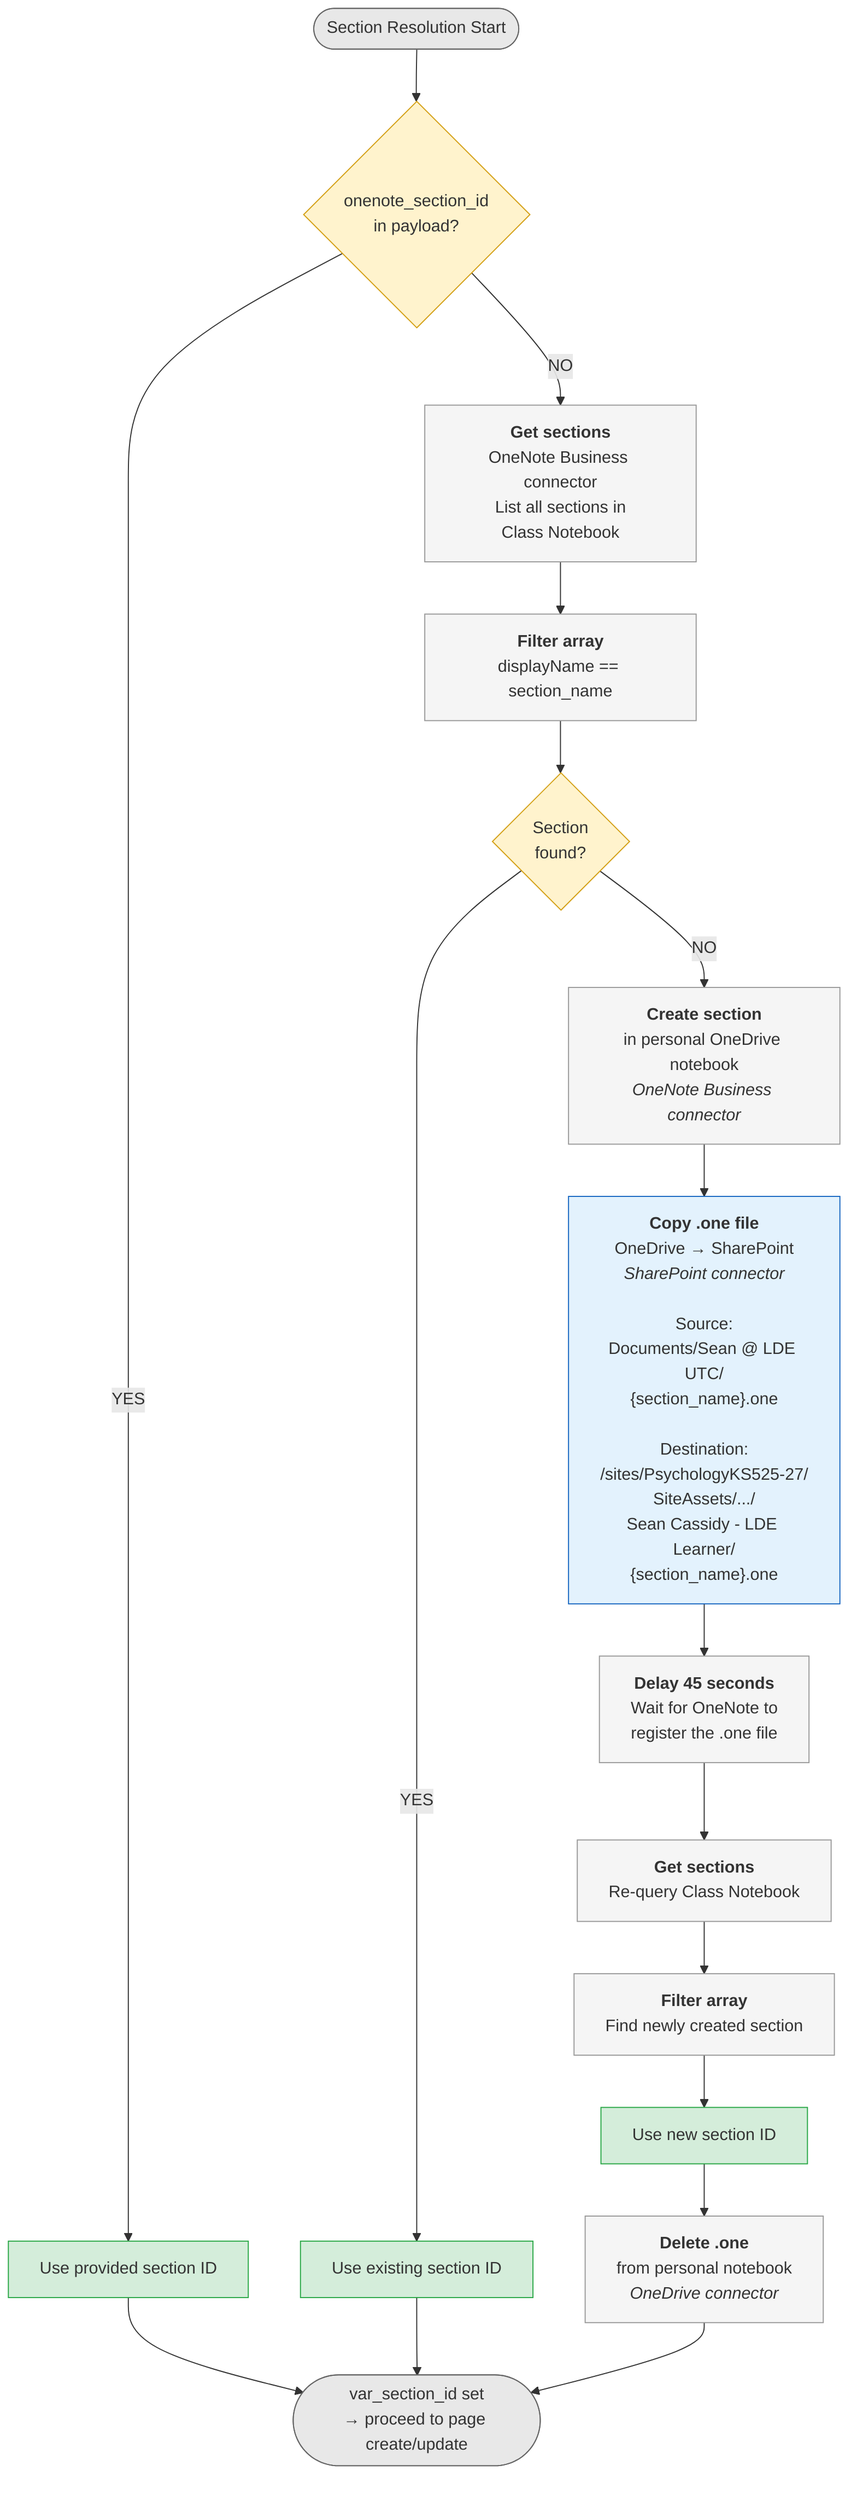
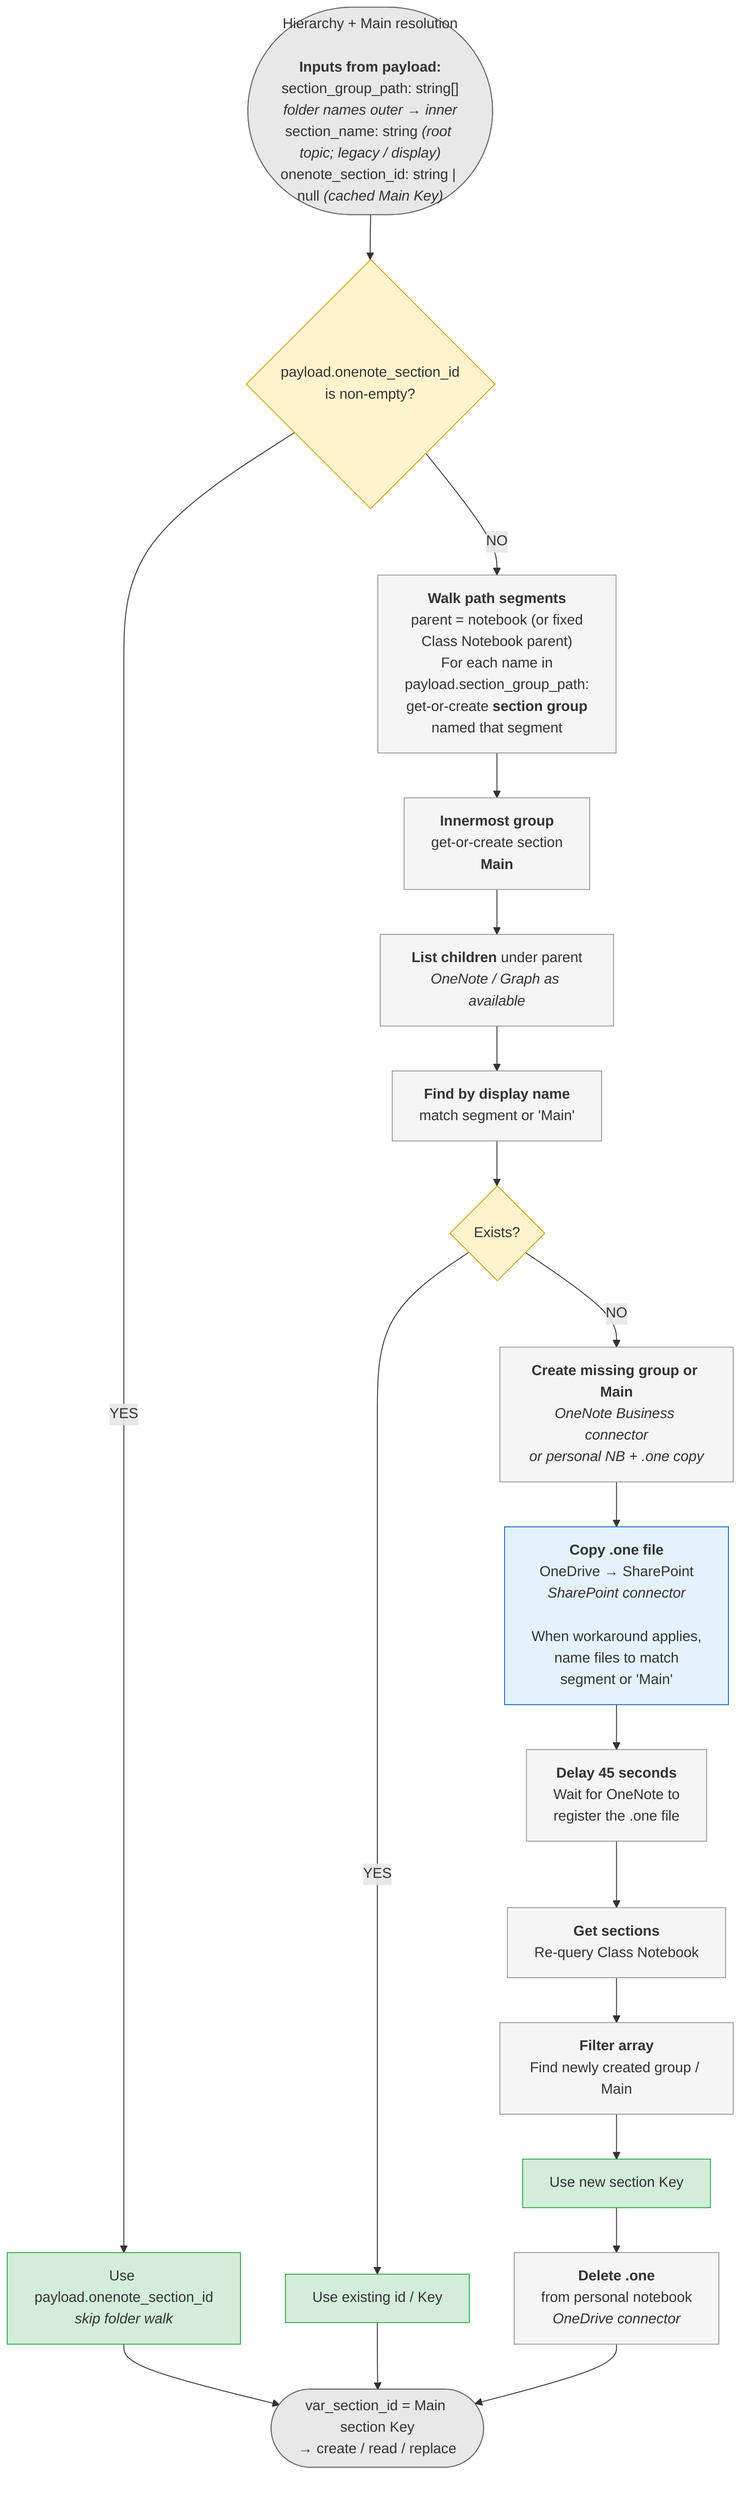
%%{ init: { "theme": "default", "flowchart": { "curve": "basis" } } }%%
flowchart TD
-     start(["Section Resolution Start"])
+     start(["Hierarchy + Main resolution<br/><br/><b>Inputs from payload:</b><br/>section_group_path: string[]<br/><i>folder names outer → inner</i><br/>section_name: string <i>(root topic; legacy / display)</i><br/>onenote_section_id: string | null <i>(cached Main Key)</i>"])

-     check_id{"onenote_section_id<br/>in payload?"}
+     check_id{"payload.onenote_section_id<br/>is non-empty?"}

-     use_provided["Use provided section ID"]
+     use_provided["Use payload.onenote_section_id<br/><i>skip folder walk</i>"]

-     get_sections["<b>Get sections</b><br/>OneNote Business connector<br/>List all sections in<br/>Class Notebook"]
+     walk["<b>Walk path segments</b><br/>parent = notebook (or fixed<br/>Class Notebook parent)<br/>For each name in<br/>payload.section_group_path:<br/>get-or-create <b>section group</b><br/>named that segment"]

-     filter["<b>Filter array</b><br/>displayName == section_name"]
+     main_need["<b>Innermost group</b><br/>get-or-create section<br/><b>Main</b>"]

-     found{"Section<br/>found?"}
+     get_sections["<b>List children</b> under parent<br/><i>OneNote / Graph as available</i>"]

-     use_existing["Use existing section ID"]
+     filter["<b>Find by display name</b><br/>match segment or 'Main'"]

-     create["<b>Create section</b><br/>in personal OneDrive notebook<br/><i>OneNote Business connector</i>"]
+     found{"Exists?"}

-     copy["<b>Copy .one file</b><br/>OneDrive → SharePoint<br/><i>SharePoint connector</i><br/><br/>Source:<br/>Documents/Sean @ LDE UTC/<br/>{section_name}.one<br/><br/>Destination:<br/>/sites/PsychologyKS525-27/<br/>SiteAssets/.../<br/>Sean Cassidy - LDE Learner/<br/>{section_name}.one"]
+     use_existing["Use existing id / Key"]
+ 
+     create["<b>Create missing group or Main</b><br/><i>OneNote Business connector<br/>or personal NB + .one copy</i>"]
+ 
+     copy["<b>Copy .one file</b><br/>OneDrive → SharePoint<br/><i>SharePoint connector</i><br/><br/>When workaround applies,<br/>name files to match<br/>segment or 'Main'"]

    wait["<b>Delay 45 seconds</b><br/>Wait for OneNote to<br/>register the .one file"]

    re_get["<b>Get sections</b><br/>Re-query Class Notebook"]

-     re_filter["<b>Filter array</b><br/>Find newly created section"]
+     re_filter["<b>Filter array</b><br/>Find newly created group / Main"]

-     use_new["Use new section ID"]
+     use_new["Use new section Key"]

    delete["<b>Delete .one</b><br/>from personal notebook<br/><i>OneDrive connector</i>"]

-     done(["var_section_id set<br/>→ proceed to page create/update"])
+     done(["var_section_id = Main section Key<br/>→ create / read / replace"])

    start --> check_id
    check_id -- "YES" --> use_provided --> done
-     check_id -- "NO" --> get_sections --> filter --> found
+     check_id -- "NO" --> walk --> main_need --> get_sections --> filter --> found
    found -- "YES" --> use_existing --> done
    found -- "NO" --> create --> copy --> wait --> re_get --> re_filter --> use_new --> delete --> done

    classDef startEnd fill:#E8E8E8,stroke:#666,color:#333
    classDef condition fill:#FFF3CD,stroke:#D4A017,color:#333
    classDef action fill:#F5F5F5,stroke:#999,color:#333
    classDef shortcut fill:#D4EDDA,stroke:#28A745,color:#333
    classDef copy fill:#E3F2FD,stroke:#1565C0,color:#333

    class start,done startEnd
    class check_id,found condition
-     class get_sections,filter,create,wait,re_get,re_filter,delete action
+     class walk,main_need,get_sections,filter,create,wait,re_get,re_filter,delete action
    class use_provided,use_existing,use_new shortcut
    class copy copy
